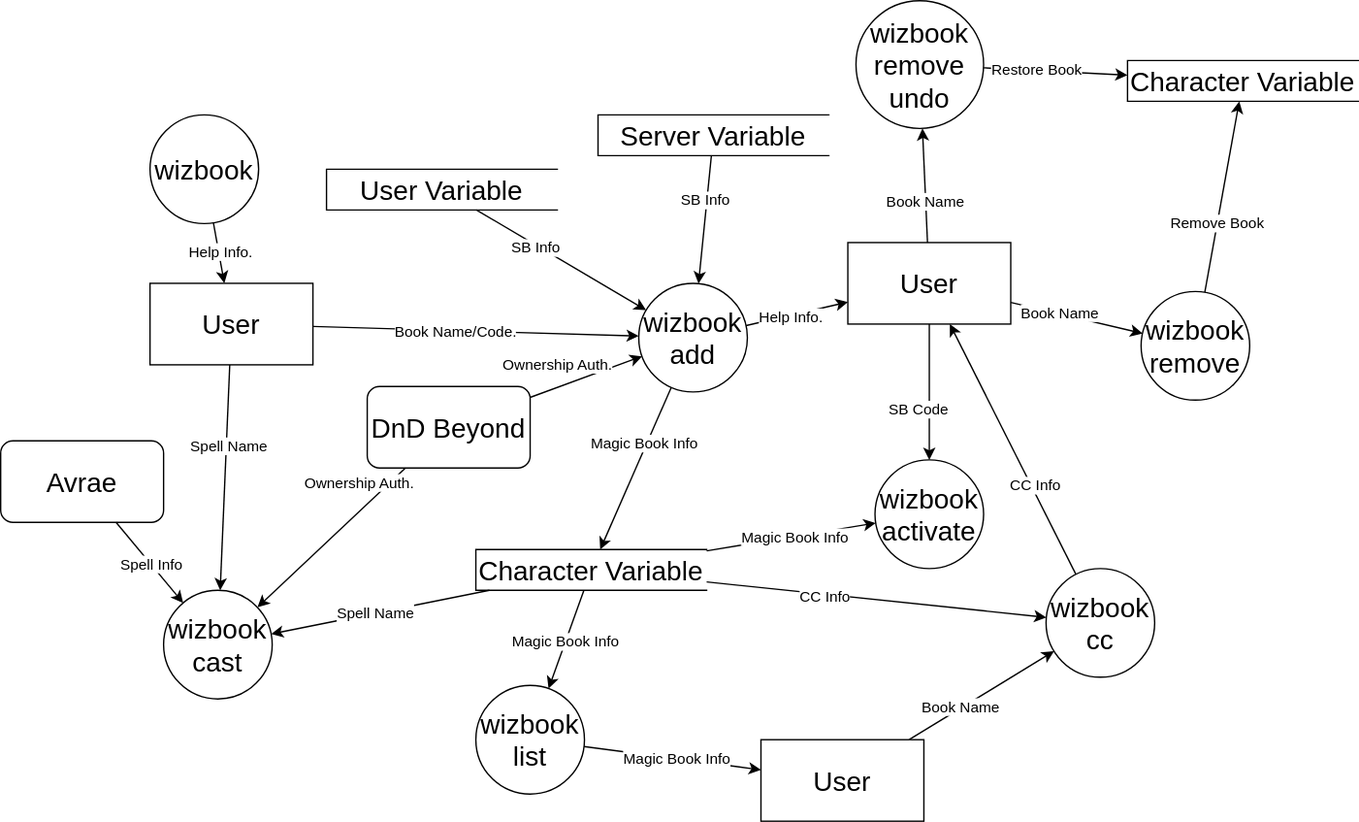
Earlier version of the draw.io export Design/wizbook_DFD.svg (SethHartman13/Magic-Book-Library). Source tidied: cells renumbered, new cells last; positions are measured from the earlier drawing's top-left corner, leaving out a move shared by most shapes.
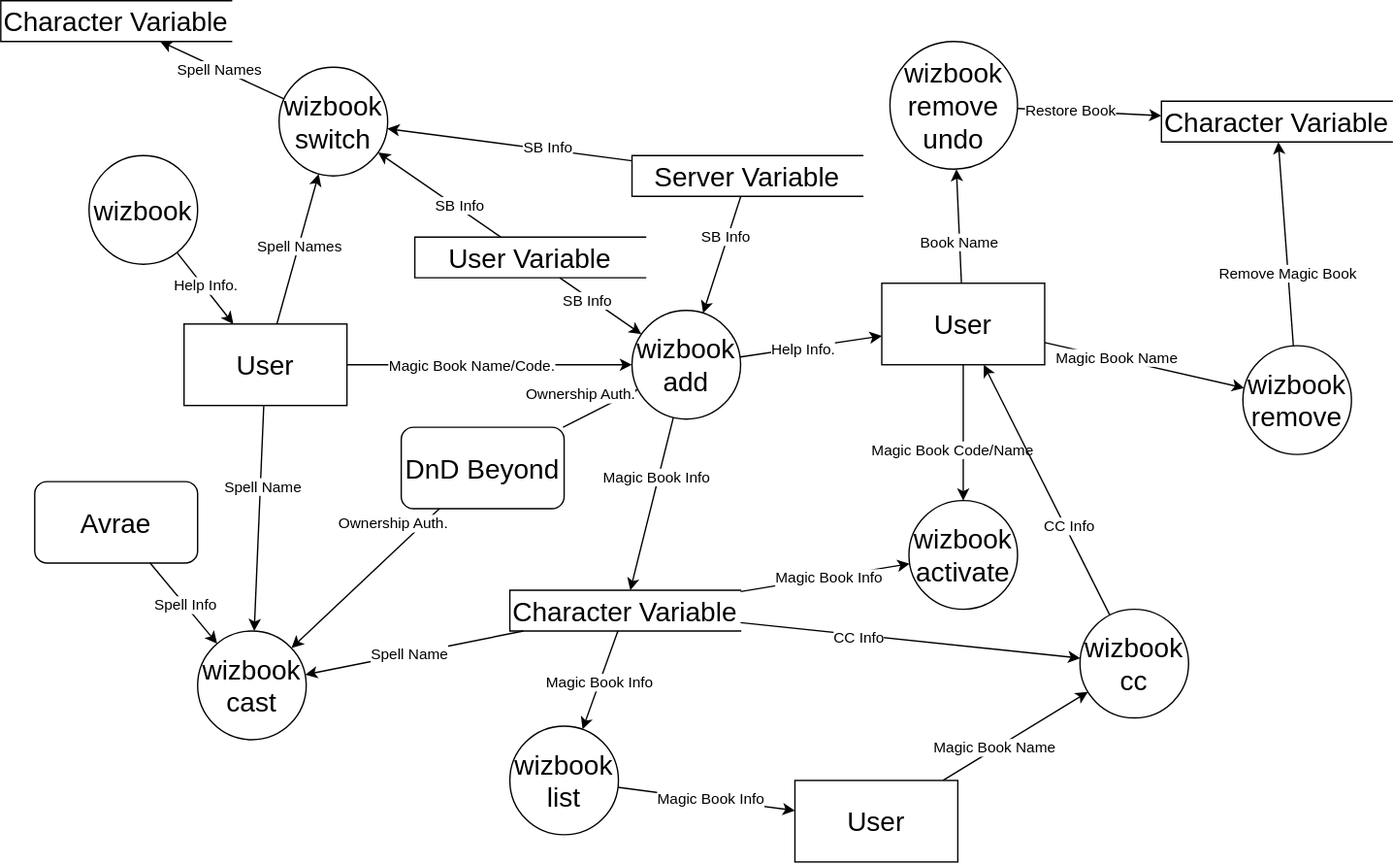
After the change.

What changed in the source:
```diff
@@ -12,7 +12,7 @@
       <mxGeometry x="270" y="284" width="120" height="60" as="geometry" />
     </mxCell>
     <mxCell id="5" value="&lt;font style=&quot;font-size: 20px;&quot;&gt;wizbook&lt;/font&gt;" style="ellipse;whiteSpace=wrap;html=1;" parent="1" vertex="1">
-      <mxGeometry x="110" y="84" width="80" height="80" as="geometry" />
+      <mxGeometry x="40" y="84" width="80" height="80" as="geometry" />
     </mxCell>
     <mxCell id="6" style="endArrow=classic;html=1;rounded=0;noEdgeStyle=1;" parent="1" edge="1" source="5" target="56">
       <mxGeometry relative="1" as="geometry" />
@@ -21,7 +21,7 @@
       <mxGeometry x="-0.05" y="1" relative="1" as="geometry" />
     </mxCell>
     <mxCell id="8" value="&lt;font style=&quot;font-size: 20px;&quot;&gt;wizbook add&lt;/font&gt;" style="ellipse;whiteSpace=wrap;html=1;" parent="1" vertex="1">
-      <mxGeometry x="470" y="208" width="80" height="80" as="geometry" />
+      <mxGeometry x="440" y="198" width="80" height="80" as="geometry" />
     </mxCell>
     <mxCell id="9" style="endArrow=classic;html=1;rounded=0;noEdgeStyle=1;" parent="1" edge="1" source="8" target="2">
       <mxGeometry relative="1" as="geometry" />
@@ -64,7 +64,7 @@
     <mxCell id="21" style="endArrow=classic;html=1;rounded=0;edgeStyle=orthogonalEdgeStyle;noEdgeStyle=1;orthogonal=1;" parent="1" edge="1" source="2" target="16">
       <mxGeometry relative="1" as="geometry" />
     </mxCell>
-    <mxCell id="22" value="SB Code" style="edgeLabel;html=1;align=center;verticalAlign=middle;" parent="21" vertex="1">
+    <mxCell id="22" value="Magic Book Code/Name" style="edgeLabel;html=1;align=center;verticalAlign=middle;" parent="21" vertex="1">
       <mxGeometry x="0.37" relative="1" as="geometry">
         <mxPoint x="-8" y="-6" as="offset" />
       </mxGeometry>
@@ -93,24 +93,24 @@
       </mxGeometry>
     </mxCell>
     <mxCell id="30" value="&lt;font style=&quot;font-size: 20px;&quot;&gt;wizbook remove&lt;/font&gt;" style="ellipse;whiteSpace=wrap;html=1;" parent="1" vertex="1">
-      <mxGeometry x="840" y="214" width="80" height="80" as="geometry" />
+      <mxGeometry x="890" y="224" width="80" height="80" as="geometry" />
     </mxCell>
     <mxCell id="31" style="endArrow=classic;html=1;rounded=0;noEdgeStyle=1;" parent="1" edge="1" source="2" target="30">
       <mxGeometry relative="1" as="geometry" />
     </mxCell>
-    <mxCell id="32" value="Book&amp;nbsp;Name" style="edgeLabel;html=1;align=center;verticalAlign=middle;" parent="31" vertex="1">
+    <mxCell id="32" value="Magic Book&amp;nbsp;Name" style="edgeLabel;html=1;align=center;verticalAlign=middle;" parent="31" vertex="1">
       <mxGeometry x="-0.28" y="1" relative="1" as="geometry" />
     </mxCell>
     <mxCell id="33" style="endArrow=classic;html=1;rounded=0;noEdgeStyle=1;" parent="1" edge="1" source="56" target="8">
       <mxGeometry relative="1" as="geometry" />
     </mxCell>
-    <mxCell id="34" value="Book Name/Code." style="edgeLabel;html=1;align=center;verticalAlign=middle;" parent="33" vertex="1">
+    <mxCell id="34" value="Magic Book Name/Code." style="edgeLabel;html=1;align=center;verticalAlign=middle;" parent="33" vertex="1">
       <mxGeometry x="-0.12" y="-1" relative="1" as="geometry" />
     </mxCell>
     <mxCell id="35" style="endArrow=classic;html=1;rounded=0;noEdgeStyle=1;" parent="1" edge="1" source="30" target="55">
       <mxGeometry relative="1" as="geometry" />
     </mxCell>
-    <mxCell id="36" value="Remove Book" style="edgeLabel;html=1;align=center;verticalAlign=middle;" parent="35" vertex="1">
+    <mxCell id="36" value="Remove Magic Book" style="edgeLabel;html=1;align=center;verticalAlign=middle;" parent="35" vertex="1">
       <mxGeometry x="-0.28" y="1" relative="1" as="geometry" />
     </mxCell>
     <mxCell id="37" value="&lt;font style=&quot;font-size: 20px;&quot;&gt;wizbook remove&lt;br&gt;undo&lt;br&gt;&lt;/font&gt;" style="ellipse;whiteSpace=wrap;html=1;" parent="1" vertex="1">
@@ -146,7 +146,7 @@
     <mxCell id="47" style="endArrow=classic;html=1;rounded=0;noEdgeStyle=1;" parent="1" edge="1" source="54" target="42">
       <mxGeometry relative="1" as="geometry" />
     </mxCell>
-    <mxCell id="48" value="Book&amp;nbsp;Name" style="edgeLabel;html=1;align=center;verticalAlign=middle;" parent="47" vertex="1">
+    <mxCell id="48" value="Magic Book&amp;nbsp;Name" style="edgeLabel;html=1;align=center;verticalAlign=middle;" parent="47" vertex="1">
       <mxGeometry x="-0.28" y="1" relative="1" as="geometry" />
     </mxCell>
     <mxCell id="49" value="&lt;font style=&quot;font-size: 20px;&quot;&gt;wizbook list&lt;/font&gt;" style="ellipse;whiteSpace=wrap;html=1;" parent="1" vertex="1">
@@ -174,7 +174,7 @@
       <mxGeometry x="110" y="208" width="120" height="60" as="geometry" />
     </mxCell>
     <mxCell id="57" value="&lt;font style=&quot;font-size: 20px;&quot;&gt;User Variable&lt;/font&gt;" style="html=1;dashed=0;whiteSpace=wrap;shape=partialRectangle;right=0;" parent="1" vertex="1">
-      <mxGeometry x="240" y="124" width="170" height="30" as="geometry" />
+      <mxGeometry x="280" y="144" width="170" height="30" as="geometry" />
     </mxCell>
     <mxCell id="58" value="&lt;font style=&quot;font-size: 20px;&quot;&gt;Server Variable&lt;/font&gt;" style="html=1;dashed=0;whiteSpace=wrap;shape=partialRectangle;right=0;" parent="1" vertex="1">
       <mxGeometry x="440" y="84" width="170" height="30" as="geometry" />
@@ -191,5 +191,35 @@
     <mxCell id="62" value="SB Info" style="edgeLabel;html=1;align=center;verticalAlign=middle;" parent="61" vertex="1">
       <mxGeometry x="-0.3" y="-2" relative="1" as="geometry" />
     </mxCell>
+    <mxCell id="63" value="&lt;font style=&quot;font-size: 20px;&quot;&gt;wizbook switch&lt;/font&gt;" style="ellipse;whiteSpace=wrap;html=1;" parent="1" vertex="1">
+      <mxGeometry x="180" y="19" width="80" height="80" as="geometry" />
+    </mxCell>
+    <mxCell id="64" style="endArrow=classic;html=1;rounded=0;noEdgeStyle=1;" parent="1" edge="1" source="56" target="63">
+      <mxGeometry relative="1" as="geometry" />
+    </mxCell>
+    <mxCell id="65" value="Spell Names" style="edgeLabel;html=1;align=center;verticalAlign=middle;" parent="64" vertex="1">
+      <mxGeometry x="0.05" relative="1" as="geometry" />
+    </mxCell>
+    <mxCell id="66" style="endArrow=classic;html=1;rounded=0;noEdgeStyle=1;" parent="1" edge="1" source="57" target="63">
+      <mxGeometry relative="1" as="geometry" />
+    </mxCell>
+    <mxCell id="67" value="SB Info" style="edgeLabel;html=1;align=center;verticalAlign=middle;" parent="66" vertex="1">
+      <mxGeometry x="-0.3" y="-2" relative="1" as="geometry" />
+    </mxCell>
+    <mxCell id="68" style="endArrow=classic;html=1;rounded=0;noEdgeStyle=1;" parent="1" edge="1" source="58" target="63">
+      <mxGeometry relative="1" as="geometry" />
+    </mxCell>
+    <mxCell id="69" value="SB Info" style="edgeLabel;html=1;align=center;verticalAlign=middle;" parent="68" vertex="1">
+      <mxGeometry x="-0.3" y="-2" relative="1" as="geometry" />
+    </mxCell>
+    <mxCell id="70" value="&lt;font style=&quot;font-size: 20px;&quot;&gt;Character Variable&lt;/font&gt;" style="html=1;dashed=0;whiteSpace=wrap;shape=partialRectangle;right=0;" parent="1" vertex="1">
+      <mxGeometry x="-25" y="-30" width="170" height="30" as="geometry" />
+    </mxCell>
+    <mxCell id="71" style="endArrow=classic;html=1;rounded=0;noEdgeStyle=1;" parent="1" edge="1" source="63" target="70">
+      <mxGeometry relative="1" as="geometry" />
+    </mxCell>
+    <mxCell id="72" value="Spell Names" style="edgeLabel;html=1;align=center;verticalAlign=middle;" parent="71" vertex="1">
+      <mxGeometry x="0.05" relative="1" as="geometry" />
+    </mxCell>
   </root>
 </mxGraphModel>
```
